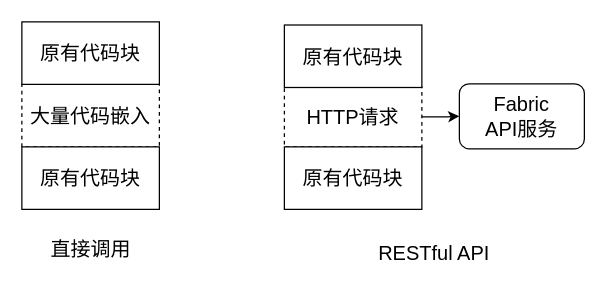
Above: page "4.9" (9 of 10) of graduation/第四章.drawio in guanpengchn/draw.io (draw.io), before the change. Source tidied: cells renumbered, new cells numbered last; positions are measured from the earlier drawing's top-left corner, leaving out a move shared by most shapes. Both pictures are drawn from the tidied source at 125%, with x=0, y=0 at pixel (21, 21).
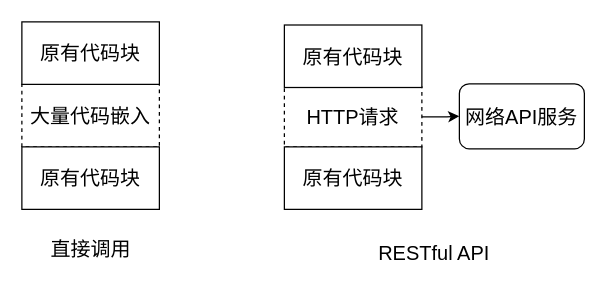
Above is the later version.

Change to the diagram source:
```diff
@@
 <mxGraphModel>
   <root>
     <mxCell id="0" />
     <mxCell id="1" parent="0" />
     <mxCell id="2" value="HTTP请求" style="rounded=0;whiteSpace=wrap;html=1;shadow=0;glass=0;comic=0;strokeWidth=1;fillColor=#ffffff;fontSize=16;align=center;dashed=1;" parent="1" vertex="1">
       <mxGeometry x="210" y="52" width="110" height="48" as="geometry" />
     </mxCell>
     <mxCell id="3" value="大量代码嵌入" style="rounded=0;whiteSpace=wrap;html=1;shadow=0;glass=0;comic=0;strokeWidth=1;fillColor=#ffffff;fontSize=16;align=center;dashed=1;" parent="1" vertex="1">
       <mxGeometry y="50" width="110" height="50" as="geometry" />
     </mxCell>
     <mxCell id="4" value="原有代码块" style="rounded=0;whiteSpace=wrap;html=1;shadow=0;glass=0;comic=0;strokeWidth=1;fillColor=#ffffff;fontSize=16;align=center;" parent="1" vertex="1">
       <mxGeometry width="110" height="50" as="geometry" />
     </mxCell>
     <mxCell id="5" value="原有代码块" style="rounded=0;whiteSpace=wrap;html=1;shadow=0;glass=0;comic=0;strokeWidth=1;fillColor=#ffffff;fontSize=16;align=center;" parent="1" vertex="1">
       <mxGeometry y="100" width="110" height="50" as="geometry" />
     </mxCell>
     <mxCell id="6" value="直接调用" style="text;html=1;strokeColor=none;fillColor=none;align=center;verticalAlign=middle;whiteSpace=wrap;rounded=0;shadow=0;glass=0;dashed=1;comic=0;fontSize=16;" parent="1" vertex="1">
       <mxGeometry x="17.5" y="172" width="75" height="20" as="geometry" />
     </mxCell>
     <mxCell id="7" value="RESTful API" style="text;html=1;strokeColor=none;fillColor=none;align=center;verticalAlign=middle;whiteSpace=wrap;rounded=0;shadow=0;glass=0;dashed=1;comic=0;fontSize=16;" parent="1" vertex="1">
       <mxGeometry x="280" y="175" width="100" height="20" as="geometry" />
     </mxCell>
     <mxCell id="8" style="edgeStyle=orthogonalEdgeStyle;rounded=0;jettySize=auto;html=1;entryX=0;entryY=0.5;entryDx=0;entryDy=0;startArrow=none;startFill=0;endArrow=classic;endFill=1;fontSize=16;" parent="1" edge="1" source="2" target="11">
       <mxGeometry relative="1" as="geometry" />
     </mxCell>
     <mxCell id="9" value="原有代码块" style="rounded=0;whiteSpace=wrap;html=1;shadow=0;glass=0;comic=0;strokeWidth=1;fillColor=#ffffff;fontSize=16;align=center;" parent="1" vertex="1">
       <mxGeometry x="210" y="2.5" width="110" height="50" as="geometry" />
     </mxCell>
     <mxCell id="10" value="原有代码块" style="rounded=0;whiteSpace=wrap;html=1;shadow=0;glass=0;comic=0;strokeWidth=1;fillColor=#ffffff;fontSize=16;align=center;" parent="1" vertex="1">
       <mxGeometry x="210" y="100" width="110" height="50" as="geometry" />
     </mxCell>
-    <mxCell id="11" value="Fabric&lt;br&gt;API服务" style="rounded=1;whiteSpace=wrap;html=1;shadow=0;glass=0;comic=0;strokeWidth=1;fillColor=#ffffff;fontSize=16;align=center;" parent="1" vertex="1">
+    <mxCell id="11" value="网络API服务" style="rounded=1;whiteSpace=wrap;html=1;shadow=0;glass=0;comic=0;strokeWidth=1;fillColor=#ffffff;fontSize=16;align=center;" parent="1" vertex="1">
       <mxGeometry x="350" y="49.5" width="100" height="52" as="geometry" />
     </mxCell>
   </root>
 </mxGraphModel>
```
